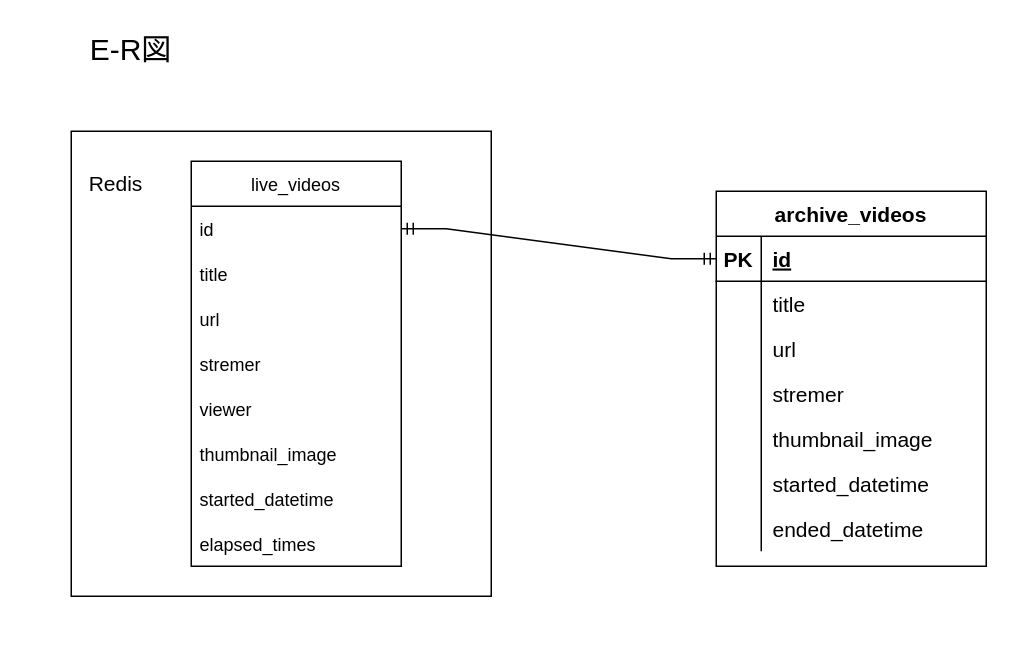
The draw.io diagram page "E-R図" (2 of 2) of docs/要件.drawio in sokorahen-szk/rust-live, before the edit. Source tidied: cells renumbered, new cells numbered last; positions are measured from the earlier drawing's top-left corner, leaving out a move shared by most shapes. Both pictures are drawn from the tidied source at 150%, with x=0, y=0 at pixel (26, 26).
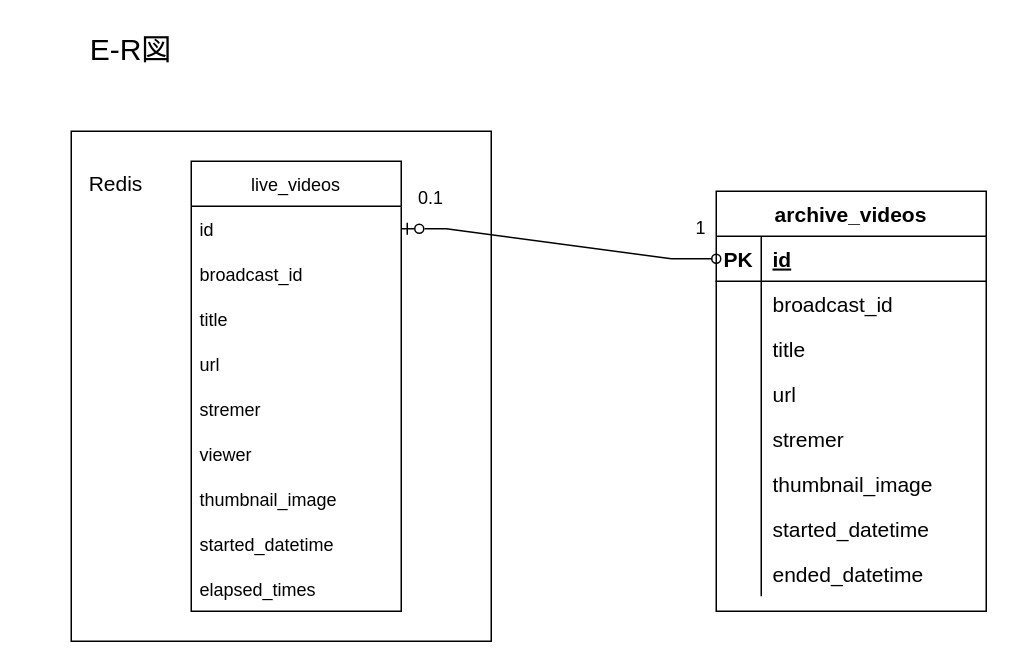
After the change.

The change refers to these unchanged cells:
```xml
<mxCell id="4" value="id" style="text;strokeColor=none;fillColor=none;align=left;verticalAlign=middle;spacingLeft=4;spacingRight=4;overflow=hidden;points=[[0,0.5],[1,0.5]];portConstraint=eastwest;" parent="3" vertex="1">
  <mxGeometry y="30" width="140" height="30" as="geometry" />
</mxCell>
<mxCell id="14" style="shape=tableRow;horizontal=0;startSize=0;swimlaneHead=0;swimlaneBody=0;fillColor=none;points=[[0,0.5],[1,0.5]];portConstraint=eastwest;top=0;left=0;right=0;bottom=1;fontSize=14;" parent="13" vertex="1">
  <mxGeometry y="30" width="180" height="30" as="geometry" />
</mxCell>
<mxCell id="17" style="shape=tableRow;horizontal=0;startSize=0;swimlaneHead=0;swimlaneBody=0;fillColor=none;top=0;left=0;right=0;bottom=0;fontSize=14;" parent="13" vertex="1">
  <mxGeometry y="60" width="180" height="30" as="geometry" />
</mxCell>
```

What changed in the source:
```diff
@@
     <mxCell id="2" style="whiteSpace=wrap;html=1;fillColor=none;strokeColor=default;gradientColor=#ffffff;" parent="1" vertex="1">
-      <mxGeometry x="30" y="70" width="280" height="310" as="geometry" />
+      <mxGeometry x="30" y="70" width="280" height="340" as="geometry" />
     </mxCell>
     <mxCell id="3" value="live_videos" style="swimlane;fontStyle=0;horizontal=1;startSize=30;" parent="1" vertex="1">
-      <mxGeometry x="110" y="90" width="140" height="270" as="geometry" />
+      <mxGeometry x="110" y="90" width="140" height="300" as="geometry" />
     </mxCell>
@@
+    <mxCell id="37" value="broadcast_id" style="text;strokeColor=none;fillColor=none;align=left;verticalAlign=middle;spacingLeft=4;spacingRight=4;overflow=hidden;" parent="3" vertex="1">
+      <mxGeometry y="60" width="140" height="30" as="geometry" />
+    </mxCell>
     <mxCell id="5" value="title" style="text;strokeColor=none;fillColor=none;align=left;verticalAlign=middle;spacingLeft=4;spacingRight=4;overflow=hidden;" parent="3" vertex="1">
-      <mxGeometry y="60" width="140" height="30" as="geometry" />
+      <mxGeometry y="90" width="140" height="30" as="geometry" />
     </mxCell>
     <mxCell id="6" value="url" style="text;strokeColor=none;fillColor=none;align=left;verticalAlign=middle;spacingLeft=4;spacingRight=4;overflow=hidden;" parent="3" vertex="1">
-      <mxGeometry y="90" width="140" height="30" as="geometry" />
+      <mxGeometry y="120" width="140" height="30" as="geometry" />
     </mxCell>
     <mxCell id="7" value="stremer" style="text;strokeColor=none;fillColor=none;align=left;verticalAlign=middle;spacingLeft=4;spacingRight=4;overflow=hidden;" parent="3" vertex="1">
-      <mxGeometry y="120" width="140" height="30" as="geometry" />
+      <mxGeometry y="150" width="140" height="30" as="geometry" />
     </mxCell>
     <mxCell id="8" value="viewer" style="text;strokeColor=none;fillColor=none;align=left;verticalAlign=middle;spacingLeft=4;spacingRight=4;overflow=hidden;" parent="3" vertex="1">
-      <mxGeometry y="150" width="140" height="30" as="geometry" />
+      <mxGeometry y="180" width="140" height="30" as="geometry" />
     </mxCell>
     <mxCell id="9" value="thumbnail_image" style="text;strokeColor=none;fillColor=none;align=left;verticalAlign=middle;spacingLeft=4;spacingRight=4;overflow=hidden;" parent="3" vertex="1">
-      <mxGeometry y="180" width="140" height="30" as="geometry" />
+      <mxGeometry y="210" width="140" height="30" as="geometry" />
     </mxCell>
     <mxCell id="10" value="started_datetime" style="text;strokeColor=none;fillColor=none;align=left;verticalAlign=middle;spacingLeft=4;spacingRight=4;overflow=hidden;" parent="3" vertex="1">
-      <mxGeometry y="210" width="140" height="30" as="geometry" />
+      <mxGeometry y="240" width="140" height="30" as="geometry" />
     </mxCell>
     <mxCell id="11" value="elapsed_times" style="text;strokeColor=none;fillColor=none;align=left;verticalAlign=middle;spacingLeft=4;spacingRight=4;overflow=hidden;" parent="3" vertex="1">
-      <mxGeometry y="240" width="140" height="30" as="geometry" />
+      <mxGeometry y="270" width="140" height="30" as="geometry" />
     </mxCell>
@@
     <mxCell id="13" value="archive_videos" style="shape=table;startSize=30;childLayout=tableLayout;rowLines=0;fontStyle=1;align=center;fontSize=14;fillColor=none;" parent="1" vertex="1">
-      <mxGeometry x="460" y="110" width="180" height="250" as="geometry" />
+      <mxGeometry x="460" y="110" width="180" height="280" as="geometry" />
     </mxCell>
@@
-    <mxCell id="19" value="title" style="shape=partialRectangle;fillColor=none;top=0;left=0;bottom=0;right=0;align=left;spacingLeft=6;overflow=hidden;fontSize=14;" parent="17" vertex="1">
+    <mxCell id="19" value="broadcast_id" style="shape=partialRectangle;fillColor=none;top=0;left=0;bottom=0;right=0;align=left;spacingLeft=6;overflow=hidden;fontSize=14;" parent="17" vertex="1">
       <mxGeometry x="30" width="150" height="30" as="geometry" />
     </mxCell>
+    <mxCell id="38" style="shape=tableRow;horizontal=0;startSize=0;swimlaneHead=0;swimlaneBody=0;fillColor=none;top=0;left=0;right=0;bottom=0;fontSize=14;" parent="13" vertex="1">
+      <mxGeometry y="90" width="180" height="30" as="geometry" />
+    </mxCell>
+    <mxCell id="39" style="shape=partialRectangle;fillColor=none;top=0;left=0;bottom=0;right=0;overflow=hidden;fontSize=14;" parent="38" vertex="1">
+      <mxGeometry width="30" height="30" as="geometry" />
+    </mxCell>
+    <mxCell id="40" value="title" style="shape=partialRectangle;fillColor=none;top=0;left=0;bottom=0;right=0;align=left;spacingLeft=6;overflow=hidden;fontSize=14;" parent="38" vertex="1">
+      <mxGeometry x="30" width="150" height="30" as="geometry" />
+    </mxCell>
     <mxCell id="20" style="shape=tableRow;horizontal=0;startSize=0;swimlaneHead=0;swimlaneBody=0;fillColor=none;top=0;left=0;right=0;bottom=0;fontSize=14;" parent="13" vertex="1">
-      <mxGeometry y="90" width="180" height="30" as="geometry" />
+      <mxGeometry y="120" width="180" height="30" as="geometry" />
     </mxCell>
@@
     <mxCell id="23" style="shape=tableRow;horizontal=0;startSize=0;swimlaneHead=0;swimlaneBody=0;fillColor=none;top=0;left=0;right=0;bottom=0;fontSize=14;" parent="13" vertex="1">
-      <mxGeometry y="120" width="180" height="30" as="geometry" />
+      <mxGeometry y="150" width="180" height="30" as="geometry" />
     </mxCell>
@@
     <mxCell id="26" style="shape=tableRow;horizontal=0;startSize=0;swimlaneHead=0;swimlaneBody=0;fillColor=none;top=0;left=0;right=0;bottom=0;fontSize=14;" parent="13" vertex="1">
-      <mxGeometry y="150" width="180" height="30" as="geometry" />
+      <mxGeometry y="180" width="180" height="30" as="geometry" />
     </mxCell>
@@
     <mxCell id="29" style="shape=tableRow;horizontal=0;startSize=0;swimlaneHead=0;swimlaneBody=0;fillColor=none;top=0;left=0;right=0;bottom=0;fontSize=14;" parent="13" vertex="1">
-      <mxGeometry y="180" width="180" height="30" as="geometry" />
+      <mxGeometry y="210" width="180" height="30" as="geometry" />
     </mxCell>
@@
     <mxCell id="32" style="shape=tableRow;horizontal=0;startSize=0;swimlaneHead=0;swimlaneBody=0;fillColor=none;top=0;left=0;right=0;bottom=0;fontSize=14;" parent="13" vertex="1">
-      <mxGeometry y="210" width="180" height="30" as="geometry" />
+      <mxGeometry y="240" width="180" height="30" as="geometry" />
     </mxCell>
@@
+    <mxCell id="36" value="E-R図" style="text;html=1;strokeColor=none;fillColor=none;align=center;verticalAlign=middle;whiteSpace=wrap;rounded=0;fontSize=20;" parent="1" vertex="1">
+      <mxGeometry width="140" height="30" as="geometry" />
+    </mxCell>
+    <mxCell id="41" value="0.1" style="text;html=1;strokeColor=none;fillColor=none;align=center;verticalAlign=middle;whiteSpace=wrap;rounded=0;" parent="1" vertex="1">
+      <mxGeometry x="240" y="100" width="60" height="30" as="geometry" />
+    </mxCell>
-    <mxCell id="35" style="edgeStyle=entityRelationEdgeStyle;fontSize=12;html=1;endArrow=ERmandOne;startArrow=ERmandOne;rounded=0;exitX=1;exitY=0.5;exitDx=0;exitDy=0;entryX=0;entryY=0.5;entryDx=0;entryDy=0;" parent="1" edge="1" source="4" target="14">
+    <mxCell id="35" style="edgeStyle=entityRelationEdgeStyle;fontSize=12;html=1;endArrow=oval;endFill=0;rounded=0;entryX=0;entryY=0.5;entryDx=0;entryDy=0;exitX=1;exitY=0.5;exitDx=0;exitDy=0;startArrow=ERzeroToOne;startFill=0;" parent="1" edge="1" source="4" target="14">
       <mxGeometry relative="1" as="geometry" />
     </mxCell>
-    <mxCell id="36" value="E-R図" style="text;html=1;strokeColor=none;fillColor=none;align=center;verticalAlign=middle;whiteSpace=wrap;rounded=0;fontSize=20;" parent="1" vertex="1">
-      <mxGeometry width="140" height="30" as="geometry" />
-    </mxCell>
+    <mxCell id="42" value="1" style="text;html=1;strokeColor=none;fillColor=none;align=center;verticalAlign=middle;whiteSpace=wrap;rounded=0;" parent="1" vertex="1">
+      <mxGeometry x="420" y="120" width="60" height="30" as="geometry" />
+    </mxCell>
```
